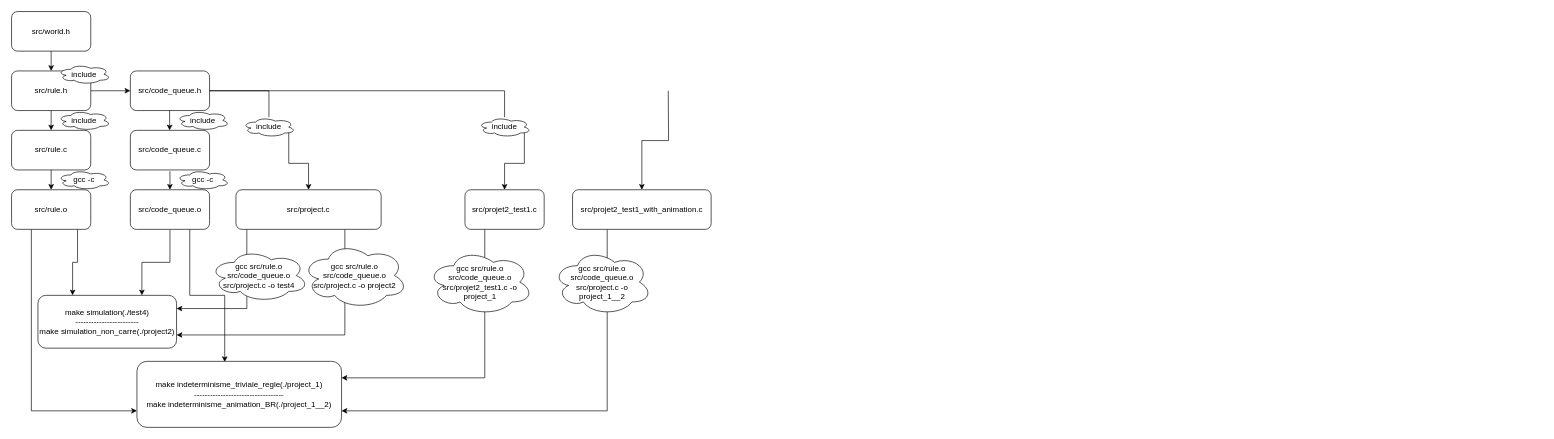
Before: page "Page-1" (1 of 2) of Untitled Diagram.drawio in ialouani/Group_project, a draw.io diagram. Source tidied: cells renumbered, new cells numbered last; positions are measured from the earlier drawing's top-left corner, leaving out a move shared by most shapes. Both pictures are drawn from the tidied source at 66%, with x=0, y=0 at pixel (11, 11).
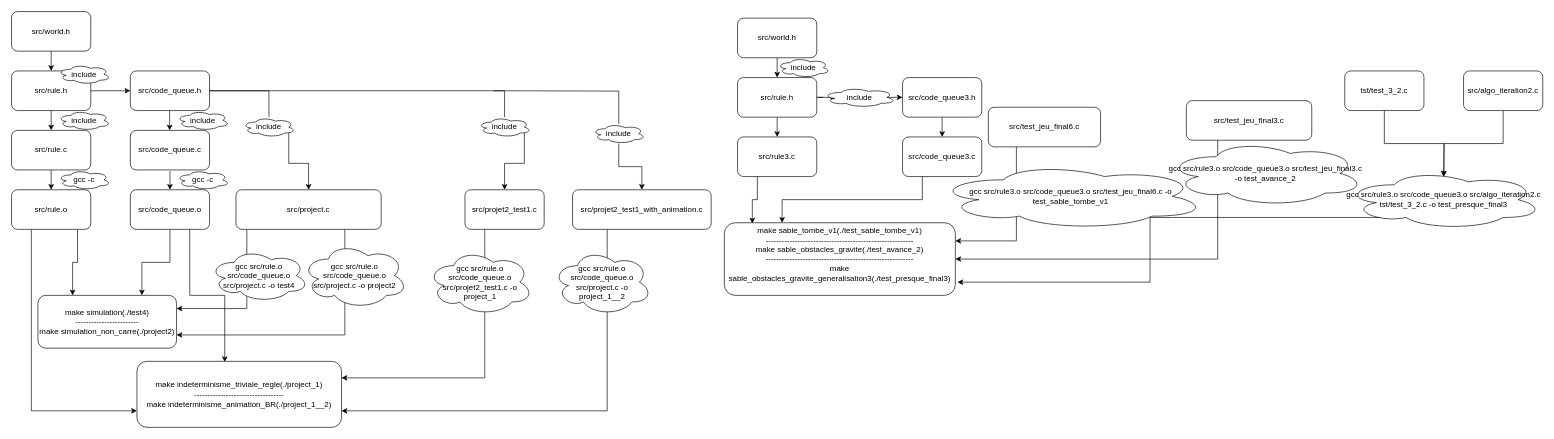
The same page after the edit.

Unchanged cells that the change refers to:
```xml
<mxCell id="27" value="src/projet2_test1_with_animation.c" style="rounded=1;whiteSpace=wrap;html=1;" parent="1" vertex="1">
  <mxGeometry x="850" y="270" width="210" height="60" as="geometry" />
</mxCell>
```

Change to the diagram source:
```diff
@@
-    <mxCell id="12" style="edgeStyle=orthogonalEdgeStyle;rounded=0;jettySize=auto;html=1;exitX=1;exitY=0.5;exitDx=0;exitDy=0;startArrow=none;" parent="1" edge="1" target="27">
-      <mxGeometry relative="1" as="geometry">
-        <mxPoint x="995" y="120" as="sourcePoint" />
-      </mxGeometry>
+    <mxCell id="12" style="edgeStyle=orthogonalEdgeStyle;rounded=0;jettySize=auto;html=1;startArrow=none;" parent="1" edge="1" source="44" target="27">
+      <mxGeometry relative="1" as="geometry" />
     </mxCell>
@@
+    <mxCell id="44" value="include" style="ellipse;shape=cloud;whiteSpace=wrap;html=1;" parent="1" vertex="1">
+      <mxGeometry x="880" y="170" width="80" height="30" as="geometry" />
+    </mxCell>
+    <mxCell id="45" style="edgeStyle=orthogonalEdgeStyle;rounded=0;jettySize=auto;html=1;startArrow=none;endArrow=none;" parent="1" edge="1" target="44">
+      <mxGeometry relative="1" as="geometry">
+        <mxPoint x="730" y="120" as="sourcePoint" />
+      </mxGeometry>
+    </mxCell>
+    <mxCell id="46" style="edgeStyle=orthogonalEdgeStyle;rounded=0;jettySize=auto;html=1;exitX=0.5;exitY=1;exitDx=0;exitDy=0;entryX=0.5;entryY=0;entryDx=0;entryDy=0;" parent="1" edge="1" source="47" target="51">
+      <mxGeometry relative="1" as="geometry" />
+    </mxCell>
+    <mxCell id="47" value="src/world.h" style="rounded=1;whiteSpace=wrap;html=1;" parent="1" vertex="1">
+      <mxGeometry x="1100" y="10" width="120" height="60" as="geometry" />
+    </mxCell>
+    <mxCell id="48" style="edgeStyle=orthogonalEdgeStyle;rounded=0;jettySize=auto;html=1;exitX=0.5;exitY=1;exitDx=0;exitDy=0;entryX=0.5;entryY=0;entryDx=0;entryDy=0;" parent="1" edge="1" source="51" target="53">
+      <mxGeometry relative="1" as="geometry" />
+    </mxCell>
+    <mxCell id="49" style="edgeStyle=orthogonalEdgeStyle;rounded=0;jettySize=auto;html=1;exitX=0.875;exitY=0.5;exitDx=0;exitDy=0;entryX=0;entryY=0.5;entryDx=0;entryDy=0;startArrow=none;exitPerimeter=0;" parent="1" edge="1" source="59" target="57">
+      <mxGeometry relative="1" as="geometry" />
+    </mxCell>
+    <mxCell id="50" style="edgeStyle=orthogonalEdgeStyle;rounded=0;jettySize=auto;html=1;exitX=1;exitY=0.5;exitDx=0;exitDy=0;entryX=0.13;entryY=0.77;entryDx=0;entryDy=0;entryPerimeter=0;" parent="1" edge="1" source="51" target="59">
+      <mxGeometry relative="1" as="geometry" />
+    </mxCell>
+    <mxCell id="51" value="src/rule.h" style="rounded=1;whiteSpace=wrap;html=1;" parent="1" vertex="1">
+      <mxGeometry x="1100" y="100" width="120" height="60" as="geometry" />
+    </mxCell>
+    <mxCell id="52" style="edgeStyle=orthogonalEdgeStyle;rounded=0;jettySize=auto;html=1;exitX=0.25;exitY=1;exitDx=0;exitDy=0;entryX=0.121;entryY=0.01;entryDx=0;entryDy=0;entryPerimeter=0;" parent="1" edge="1" source="53" target="63">
+      <mxGeometry relative="1" as="geometry" />
+    </mxCell>
+    <mxCell id="53" value="src/rule3.c" style="rounded=1;whiteSpace=wrap;html=1;" parent="1" vertex="1">
+      <mxGeometry x="1100" y="190" width="120" height="60" as="geometry" />
+    </mxCell>
+    <mxCell id="54" style="edgeStyle=orthogonalEdgeStyle;rounded=0;jettySize=auto;html=1;exitX=0.25;exitY=1;exitDx=0;exitDy=0;entryX=0.25;entryY=0;entryDx=0;entryDy=0;" parent="1" edge="1" source="55" target="63">
+      <mxGeometry relative="1" as="geometry" />
+    </mxCell>
+    <mxCell id="55" value="src/code_queue3.c" style="rounded=1;whiteSpace=wrap;html=1;" parent="1" vertex="1">
+      <mxGeometry x="1350" y="190" width="120" height="60" as="geometry" />
+    </mxCell>
+    <mxCell id="56" style="edgeStyle=orthogonalEdgeStyle;rounded=0;jettySize=auto;html=1;exitX=0.5;exitY=1;exitDx=0;exitDy=0;entryX=0.5;entryY=0;entryDx=0;entryDy=0;" parent="1" edge="1" source="57" target="55">
+      <mxGeometry relative="1" as="geometry" />
+    </mxCell>
+    <mxCell id="57" value="src/code_queue3.h" style="rounded=1;whiteSpace=wrap;html=1;" parent="1" vertex="1">
+      <mxGeometry x="1350" y="100" width="120" height="60" as="geometry" />
+    </mxCell>
+    <mxCell id="58" value="include" style="ellipse;shape=cloud;whiteSpace=wrap;html=1;" parent="1" vertex="1">
+      <mxGeometry x="1160" y="70" width="80" height="30" as="geometry" />
+    </mxCell>
+    <mxCell id="59" value="include" style="ellipse;shape=cloud;whiteSpace=wrap;html=1;" parent="1" vertex="1">
+      <mxGeometry x="1230" y="115" width="110" height="30" as="geometry" />
+    </mxCell>
+    <mxCell id="60" style="edgeStyle=orthogonalEdgeStyle;rounded=0;jettySize=auto;html=1;exitX=1;exitY=0.5;exitDx=0;exitDy=0;entryX=0;entryY=0.5;entryDx=0;entryDy=0;endArrow=none;" parent="1" edge="1" source="51" target="59">
+      <mxGeometry relative="1" as="geometry" />
+    </mxCell>
+    <mxCell id="61" style="edgeStyle=orthogonalEdgeStyle;rounded=0;jettySize=auto;html=1;exitX=0.25;exitY=1;exitDx=0;exitDy=0;entryX=1;entryY=0.25;entryDx=0;entryDy=0;" parent="1" edge="1" source="62" target="63">
+      <mxGeometry relative="1" as="geometry" />
+    </mxCell>
+    <mxCell id="62" value="src/test_jeu_final6.c" style="rounded=1;whiteSpace=wrap;html=1;" parent="1" vertex="1">
+      <mxGeometry x="1480" y="145" width="170" height="60" as="geometry" />
+    </mxCell>
+    <mxCell id="63" value="&lt;div&gt;&lt;br&gt;&lt;/div&gt;&lt;div&gt;&lt;br&gt;&lt;/div&gt;&lt;div&gt;&lt;br&gt;&lt;/div&gt;&lt;div&gt;make sable_tombe_v1(./test_sable_tombe_v1)&lt;/div&gt;&lt;div&gt;--------------------------------------------------------&lt;/div&gt;&lt;div&gt;make sable_obstacles_gravite(./test_avance_2)&lt;/div&gt;&lt;div&gt;--------------------------------------------------------&lt;/div&gt;&lt;div&gt;make sable_obstacles_gravite_generalisation3(./test_presque_final3)&lt;br&gt;&lt;/div&gt;&lt;div&gt;&lt;br&gt;&lt;/div&gt;&lt;div&gt;&lt;br&gt;&lt;/div&gt;&lt;div&gt;&lt;br&gt;&lt;/div&gt;&lt;div&gt;&lt;br&gt;&lt;/div&gt;" style="rounded=1;whiteSpace=wrap;html=1;" parent="1" vertex="1">
+      <mxGeometry x="1080" y="320" width="350" height="110" as="geometry" />
+    </mxCell>
+    <mxCell id="64" value="gcc src/rule3.o src/code_queue3.o src/test_jeu_final6.c -o test_sable_tombe_v1" style="ellipse;shape=cloud;whiteSpace=wrap;html=1;" parent="1" vertex="1">
+      <mxGeometry x="1400" y="230" width="410" height="100" as="geometry" />
+    </mxCell>
+    <mxCell id="65" style="edgeStyle=orthogonalEdgeStyle;rounded=0;jettySize=auto;html=1;exitX=0.25;exitY=1;exitDx=0;exitDy=0;entryX=1;entryY=0.5;entryDx=0;entryDy=0;" parent="1" edge="1" source="66" target="63">
+      <mxGeometry relative="1" as="geometry" />
+    </mxCell>
+    <mxCell id="66" value="src/test_jeu_final3.c" style="rounded=1;whiteSpace=wrap;html=1;" parent="1" vertex="1">
+      <mxGeometry x="1780" y="135" width="190" height="60" as="geometry" />
+    </mxCell>
+    <mxCell id="67" value="gcc src/rule3.o src/code_queue3.o src/test_jeu_final3.c -o test_avance_2" style="ellipse;shape=cloud;whiteSpace=wrap;html=1;" parent="1" vertex="1">
+      <mxGeometry x="1750" y="195" width="300" height="100" as="geometry" />
+    </mxCell>
+    <mxCell id="68" style="edgeStyle=orthogonalEdgeStyle;rounded=0;jettySize=auto;html=1;exitX=0.5;exitY=1;exitDx=0;exitDy=0;" parent="1" edge="1" source="69">
+      <mxGeometry relative="1" as="geometry">
+        <mxPoint x="2170" y="250" as="targetPoint" />
+      </mxGeometry>
+    </mxCell>
+    <mxCell id="69" value="tst/test_3_2.c" style="rounded=1;whiteSpace=wrap;html=1;" parent="1" vertex="1">
+      <mxGeometry x="2020" y="90" width="120" height="60" as="geometry" />
+    </mxCell>
+    <mxCell id="70" style="edgeStyle=orthogonalEdgeStyle;rounded=0;jettySize=auto;html=1;exitX=0.5;exitY=1;exitDx=0;exitDy=0;" parent="1" edge="1" source="71">
+      <mxGeometry relative="1" as="geometry">
+        <mxPoint x="2170" y="250" as="targetPoint" />
+      </mxGeometry>
+    </mxCell>
+    <mxCell id="71" value="src/algo_iteration2.c" style="rounded=1;whiteSpace=wrap;html=1;" parent="1" vertex="1">
+      <mxGeometry x="2200" y="90" width="120" height="60" as="geometry" />
+    </mxCell>
+    <mxCell id="72" style="edgeStyle=orthogonalEdgeStyle;rounded=0;jettySize=auto;html=1;exitX=0.31;exitY=0.8;exitDx=0;exitDy=0;exitPerimeter=0;entryX=1.009;entryY=0.818;entryDx=0;entryDy=0;entryPerimeter=0;" parent="1" edge="1" source="73" target="63">
+      <mxGeometry relative="1" as="geometry" />
+    </mxCell>
+    <mxCell id="73" value="gcc src/rule3.o src/code_queue3.o src/algo_iteration2.c tst/test_3_2.c -o test_presque_final3 " style="ellipse;shape=cloud;whiteSpace=wrap;html=1;" parent="1" vertex="1">
+      <mxGeometry x="2020" y="240" width="300" height="90" as="geometry" />
+    </mxCell>
```
